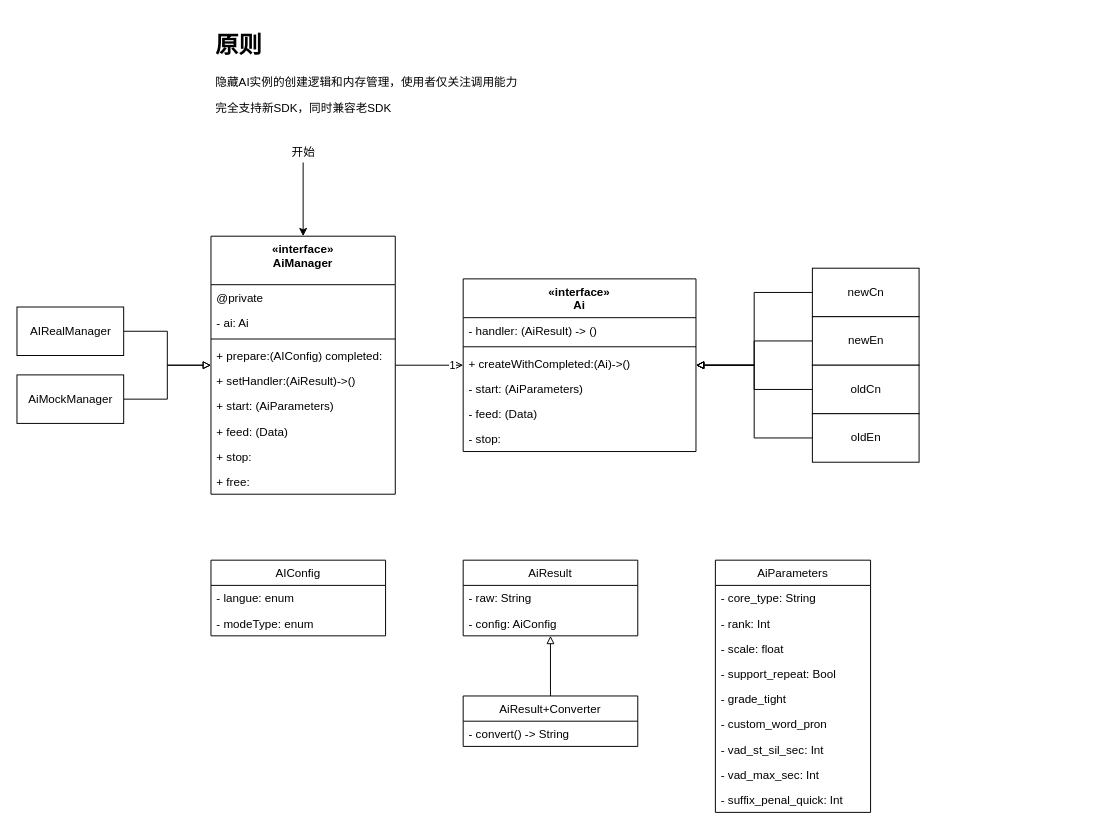
cszwdy/Algorithms keeps this draw.io diagram as AiClass.drawio. Above is the earlier version. Source tidied: cells renumbered, new cells numbered last; positions are measured from the earlier drawing's top-left corner, leaving out a move shared by most shapes. Both pictures are drawn from the tidied source at 97%, with x=0, y=0 at pixel (16, 26).
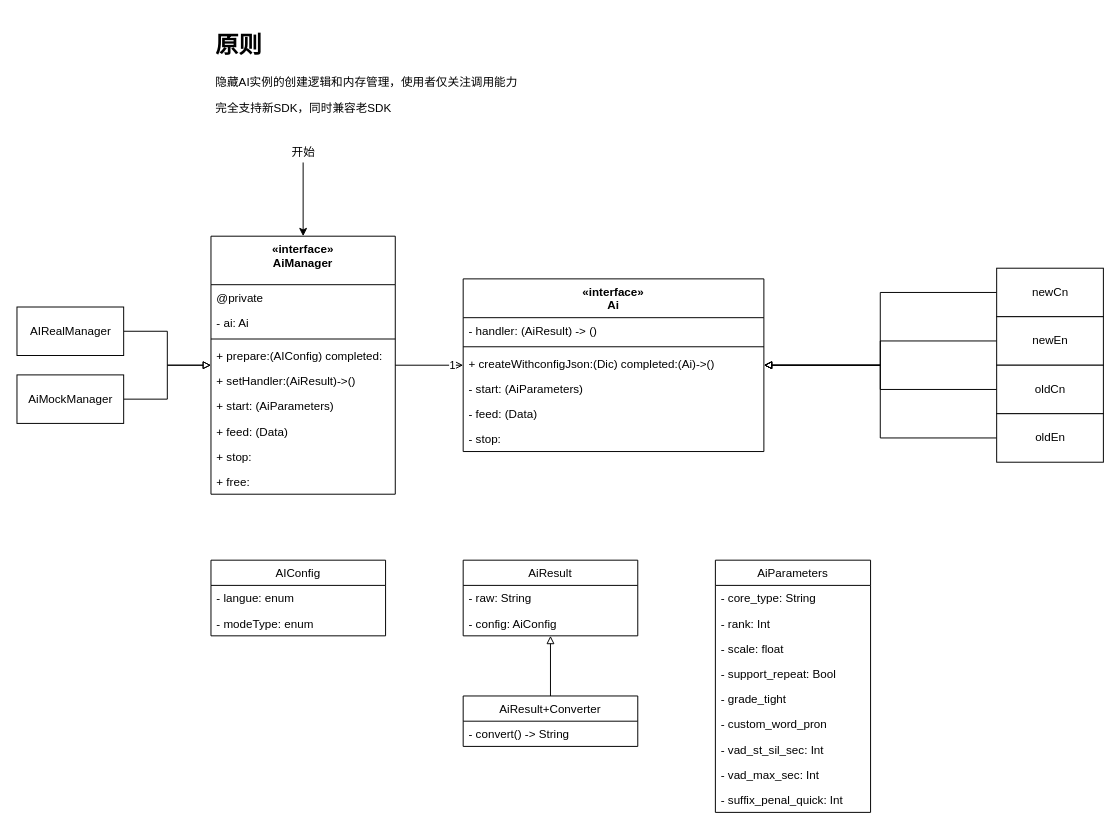
After the change.

Change to the diagram source:
```diff
@@
     <mxCell id="8" value="newCn" style="html=1;shadow=0;" parent="1" vertex="1">
-      <mxGeometry x="820" y="249" width="110" height="50" as="geometry" />
+      <mxGeometry x="1010" y="249" width="110" height="50" as="geometry" />
     </mxCell>
@@
     <mxCell id="10" value="newEn" style="html=1;shadow=0;" parent="1" vertex="1">
-      <mxGeometry x="820" y="299" width="110" height="50" as="geometry" />
+      <mxGeometry x="1010" y="299" width="110" height="50" as="geometry" />
     </mxCell>
@@
     <mxCell id="12" value="oldCn" style="html=1;shadow=0;" parent="1" vertex="1">
-      <mxGeometry x="820" y="349" width="110" height="50" as="geometry" />
+      <mxGeometry x="1010" y="349" width="110" height="50" as="geometry" />
     </mxCell>
@@
     <mxCell id="14" value="oldEn" style="html=1;shadow=0;" parent="1" vertex="1">
-      <mxGeometry x="820" y="399" width="110" height="50" as="geometry" />
+      <mxGeometry x="1010" y="399" width="110" height="50" as="geometry" />
     </mxCell>
@@
     <mxCell id="27" value="«interface»&#10;Ai" style="swimlane;fontStyle=1;align=center;verticalAlign=top;horizontal=1;startSize=40;shadow=0;" parent="1" vertex="1">
-      <mxGeometry x="460" y="260" width="240" height="178" as="geometry" />
+      <mxGeometry x="460" y="260" width="310" height="178" as="geometry" />
     </mxCell>
     <mxCell id="28" value="- handler: (AiResult) -&gt; ()" style="text;strokeColor=none;fillColor=none;align=left;verticalAlign=top;spacingLeft=4;spacingRight=4;overflow=hidden;" parent="27" vertex="1">
-      <mxGeometry y="40" width="240" height="26" as="geometry" />
+      <mxGeometry y="40" width="310" height="26" as="geometry" />
     </mxCell>
     <mxCell id="29" style="line;strokeWidth=1;fillColor=none;align=left;verticalAlign=middle;spacingTop=-1;spacingLeft=3;spacingRight=3;labelPosition=right;" parent="27" vertex="1">
-      <mxGeometry y="66" width="240" height="8" as="geometry" />
+      <mxGeometry y="66" width="310" height="8" as="geometry" />
     </mxCell>
-    <mxCell id="30" value="+ createWithCompleted:(Ai)-&gt;()" style="text;strokeColor=none;fillColor=none;align=left;verticalAlign=top;spacingLeft=4;spacingRight=4;overflow=hidden;" parent="27" vertex="1">
-      <mxGeometry y="74" width="240" height="26" as="geometry" />
+    <mxCell id="30" value="+ createWithconfigJson:(Dic) completed:(Ai)-&gt;()" style="text;strokeColor=none;fillColor=none;align=left;verticalAlign=top;spacingLeft=4;spacingRight=4;overflow=hidden;" parent="27" vertex="1">
+      <mxGeometry y="74" width="310" height="26" as="geometry" />
     </mxCell>
     <mxCell id="31" value="- start: (AiParameters)" style="text;strokeColor=none;fillColor=none;align=left;verticalAlign=top;spacingLeft=4;spacingRight=4;overflow=hidden;" parent="27" vertex="1">
-      <mxGeometry y="100" width="240" height="26" as="geometry" />
+      <mxGeometry y="100" width="310" height="26" as="geometry" />
     </mxCell>
     <mxCell id="32" value="- feed: (Data)" style="text;strokeColor=none;fillColor=none;align=left;verticalAlign=top;spacingLeft=4;spacingRight=4;overflow=hidden;" parent="27" vertex="1">
-      <mxGeometry y="126" width="240" height="26" as="geometry" />
+      <mxGeometry y="126" width="310" height="26" as="geometry" />
     </mxCell>
     <mxCell id="33" value="- stop: " style="text;strokeColor=none;fillColor=none;align=left;verticalAlign=top;spacingLeft=4;spacingRight=4;overflow=hidden;" parent="27" vertex="1">
-      <mxGeometry y="152" width="240" height="26" as="geometry" />
+      <mxGeometry y="152" width="310" height="26" as="geometry" />
     </mxCell>
```
